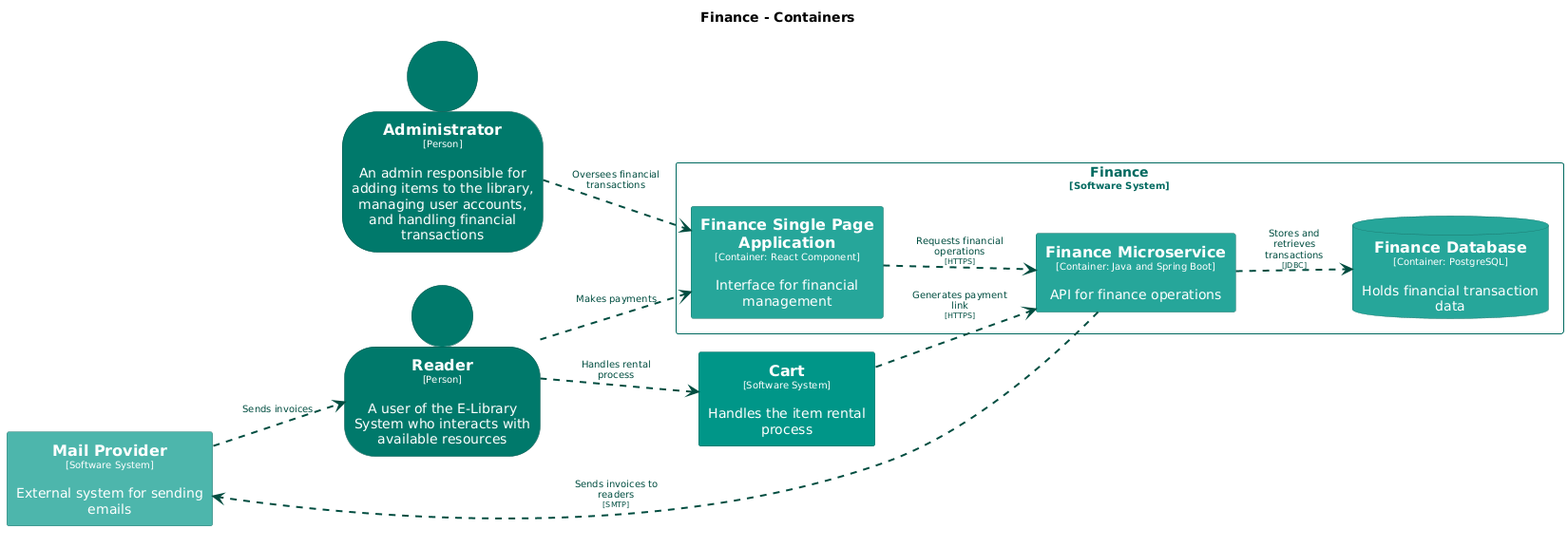
Goodmorning918/E-Library-Architecture keeps this PlantUML diagram as main/png/Container-006.png. Above is the earlier version. Its diagram source:
```plantuml
@startuml
set separator none
title Finance - Containers

left to right direction

skinparam {
  arrowFontSize 10
  defaultTextAlignment center
  wrapWidth 200
  maxMessageSize 100
}

hide stereotype

skinparam person<<Administrator>> {
  BackgroundColor #00796b
  FontColor #ffffff
  BorderColor #00544a
  shadowing false
}
skinparam rectangle<<Cart>> {
  BackgroundColor #009688
  FontColor #ffffff
  BorderColor #00695f
  shadowing false
}
skinparam database<<Finance.FinanceDatabase>> {
  BackgroundColor #26a69a
  FontColor #ffffff
  BorderColor #1a746b
  shadowing false
}
skinparam rectangle<<Finance.FinanceMicroservice>> {
  BackgroundColor #26a69a
  FontColor #ffffff
  BorderColor #1a746b
  shadowing false
}
skinparam rectangle<<Finance.FinanceSinglePageApplication>> {
  BackgroundColor #26a69a
  FontColor #ffffff
  BorderColor #1a746b
  shadowing false
}
skinparam rectangle<<MailProvider>> {
  BackgroundColor #4db6ac
  FontColor #ffffff
  BorderColor #357f78
  shadowing false
}
skinparam person<<Reader>> {
  BackgroundColor #00796b
  FontColor #ffffff
  BorderColor #00544a
  shadowing false
}
skinparam rectangle<<Finance>> {
  BorderColor #00695f
  FontColor #00695f
  shadowing false
}

person "==Reader\n<size:10>[Person]</size>\n\nA user of the E-Library System who interacts with available resources" <<Reader>> as Reader
person "==Administrator\n<size:10>[Person]</size>\n\nAn admin responsible for adding items to the library, managing user accounts, and handling financial transactions" <<Administrator>> as Administrator
rectangle "==Cart\n<size:10>[Software System]</size>\n\nHandles the item rental process" <<Cart>> as Cart
rectangle "==Mail Provider\n<size:10>[Software System]</size>\n\nExternal system for sending emails" <<MailProvider>> as MailProvider

rectangle "Finance\n<size:10>[Software System]</size>" <<Finance>> {
  rectangle "==Finance Single Page Application\n<size:10>[Container: React Component]</size>\n\nInterface for financial management" <<Finance.FinanceSinglePageApplication>> as Finance.FinanceSinglePageApplication
  rectangle "==Finance Microservice\n<size:10>[Container: Java and Spring Boot]</size>\n\nAPI for finance operations" <<Finance.FinanceMicroservice>> as Finance.FinanceMicroservice
  database "==Finance Database\n<size:10>[Container: PostgreSQL]</size>\n\nHolds financial transaction data" <<Finance.FinanceDatabase>> as Finance.FinanceDatabase
}

Reader .[#004d40,thickness=2].> Cart : "<color:#004d40>Handles rental process"
MailProvider .[#004d40,thickness=2].> Reader : "<color:#004d40>Sends invoices"
Reader .[#004d40,thickness=2].> Finance.FinanceSinglePageApplication : "<color:#004d40>Makes payments"
Administrator .[#004d40,thickness=2].> Finance.FinanceSinglePageApplication : "<color:#004d40>Oversees financial transactions"
Cart .[#004d40,thickness=2].> Finance.FinanceMicroservice : "<color:#004d40>Generates payment link\n<color:#004d40><size:8>[HTTPS]</size>"
Finance.FinanceSinglePageApplication .[#004d40,thickness=2].> Finance.FinanceMicroservice : "<color:#004d40>Requests financial operations\n<color:#004d40><size:8>[HTTPS]</size>"
Finance.FinanceMicroservice .[#004d40,thickness=2].> Finance.FinanceDatabase : "<color:#004d40>Stores and retrieves transactions\n<color:#004d40><size:8>[JDBC]</size>"
Finance.FinanceMicroservice .[#004d40,thickness=2].> MailProvider : "<color:#004d40>Sends invoices to readers\n<color:#004d40><size:8>[SMTP]</size>"
@enduml
```
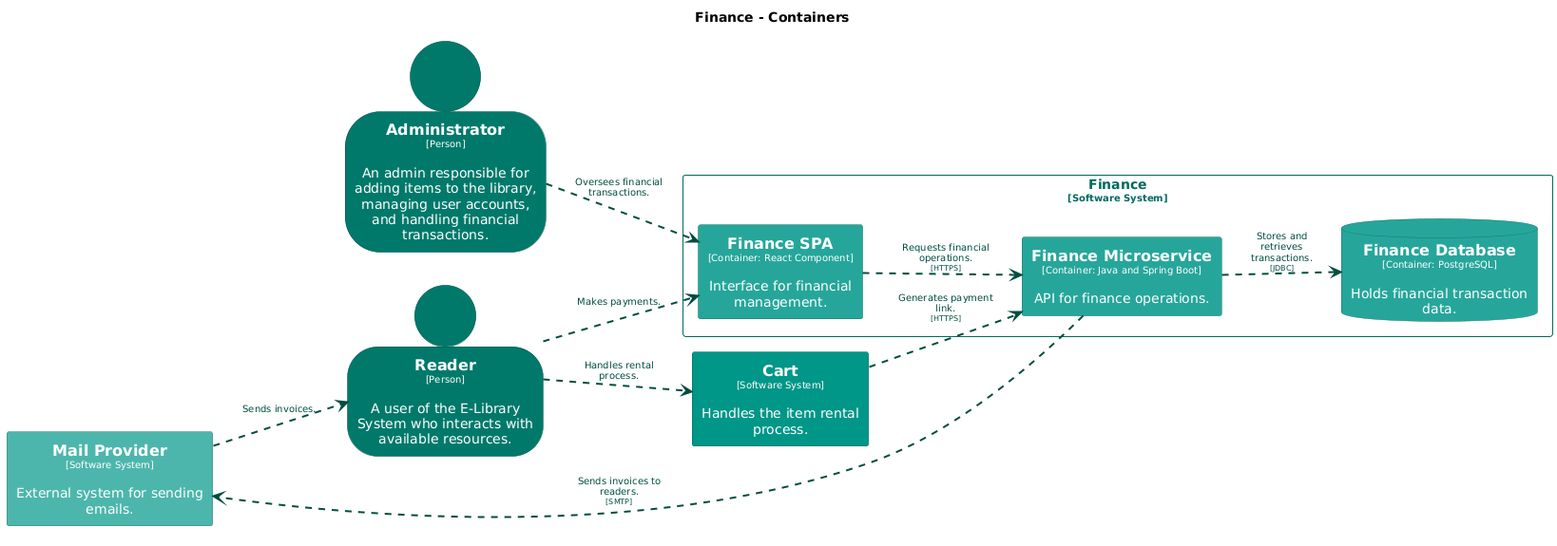
The same diagram one commit later.

The edit, as a diff of the source:
```diff
@@ -37,7 +37,7 @@
   BorderColor #1a746b
   shadowing false
 }
-skinparam rectangle<<Finance.FinanceSinglePageApplication>> {
+skinparam rectangle<<Finance.FinanceSPA>> {
   BackgroundColor #26a69a
   FontColor #ffffff
   BorderColor #1a746b
@@ -61,23 +61,23 @@
   shadowing false
 }
 
-person "==Reader\n<size:10>[Person]</size>\n\nA user of the E-Library System who interacts with available resources" <<Reader>> as Reader
-person "==Administrator\n<size:10>[Person]</size>\n\nAn admin responsible for adding items to the library, managing user accounts, and handling financial transactions" <<Administrator>> as Administrator
-rectangle "==Cart\n<size:10>[Software System]</size>\n\nHandles the item rental process" <<Cart>> as Cart
-rectangle "==Mail Provider\n<size:10>[Software System]</size>\n\nExternal system for sending emails" <<MailProvider>> as MailProvider
+person "==Reader\n<size:10>[Person]</size>\n\nA user of the E-Library System who interacts with available resources." <<Reader>> as Reader
+person "==Administrator\n<size:10>[Person]</size>\n\nAn admin responsible for adding items to the library, managing user accounts, and handling financial transactions." <<Administrator>> as Administrator
+rectangle "==Cart\n<size:10>[Software System]</size>\n\nHandles the item rental process." <<Cart>> as Cart
+rectangle "==Mail Provider\n<size:10>[Software System]</size>\n\nExternal system for sending emails." <<MailProvider>> as MailProvider
 
 rectangle "Finance\n<size:10>[Software System]</size>" <<Finance>> {
-  rectangle "==Finance Single Page Application\n<size:10>[Container: React Component]</size>\n\nInterface for financial management" <<Finance.FinanceSinglePageApplication>> as Finance.FinanceSinglePageApplication
-  rectangle "==Finance Microservice\n<size:10>[Container: Java and Spring Boot]</size>\n\nAPI for finance operations" <<Finance.FinanceMicroservice>> as Finance.FinanceMicroservice
-  database "==Finance Database\n<size:10>[Container: PostgreSQL]</size>\n\nHolds financial transaction data" <<Finance.FinanceDatabase>> as Finance.FinanceDatabase
+  rectangle "==Finance SPA\n<size:10>[Container: React Component]</size>\n\nInterface for financial management." <<Finance.FinanceSPA>> as Finance.FinanceSPA
+  rectangle "==Finance Microservice\n<size:10>[Container: Java and Spring Boot]</size>\n\nAPI for finance operations." <<Finance.FinanceMicroservice>> as Finance.FinanceMicroservice
+  database "==Finance Database\n<size:10>[Container: PostgreSQL]</size>\n\nHolds financial transaction data." <<Finance.FinanceDatabase>> as Finance.FinanceDatabase
 }
 
-Reader .[#004d40,thickness=2].> Cart : "<color:#004d40>Handles rental process"
-MailProvider .[#004d40,thickness=2].> Reader : "<color:#004d40>Sends invoices"
-Reader .[#004d40,thickness=2].> Finance.FinanceSinglePageApplication : "<color:#004d40>Makes payments"
-Administrator .[#004d40,thickness=2].> Finance.FinanceSinglePageApplication : "<color:#004d40>Oversees financial transactions"
-Cart .[#004d40,thickness=2].> Finance.FinanceMicroservice : "<color:#004d40>Generates payment link\n<color:#004d40><size:8>[HTTPS]</size>"
-Finance.FinanceSinglePageApplication .[#004d40,thickness=2].> Finance.FinanceMicroservice : "<color:#004d40>Requests financial operations\n<color:#004d40><size:8>[HTTPS]</size>"
-Finance.FinanceMicroservice .[#004d40,thickness=2].> Finance.FinanceDatabase : "<color:#004d40>Stores and retrieves transactions\n<color:#004d40><size:8>[JDBC]</size>"
-Finance.FinanceMicroservice .[#004d40,thickness=2].> MailProvider : "<color:#004d40>Sends invoices to readers\n<color:#004d40><size:8>[SMTP]</size>"
+Reader .[#004d40,thickness=2].> Cart : "<color:#004d40>Handles rental process."
+MailProvider .[#004d40,thickness=2].> Reader : "<color:#004d40>Sends invoices."
+Reader .[#004d40,thickness=2].> Finance.FinanceSPA : "<color:#004d40>Makes payments."
+Administrator .[#004d40,thickness=2].> Finance.FinanceSPA : "<color:#004d40>Oversees financial transactions."
+Cart .[#004d40,thickness=2].> Finance.FinanceMicroservice : "<color:#004d40>Generates payment link.\n<color:#004d40><size:8>[HTTPS]</size>"
+Finance.FinanceSPA .[#004d40,thickness=2].> Finance.FinanceMicroservice : "<color:#004d40>Requests financial operations.\n<color:#004d40><size:8>[HTTPS]</size>"
+Finance.FinanceMicroservice .[#004d40,thickness=2].> Finance.FinanceDatabase : "<color:#004d40>Stores and retrieves transactions.\n<color:#004d40><size:8>[JDBC]</size>"
+Finance.FinanceMicroservice .[#004d40,thickness=2].> MailProvider : "<color:#004d40>Sends invoices to readers.\n<color:#004d40><size:8>[SMTP]</size>"
 @enduml
```
